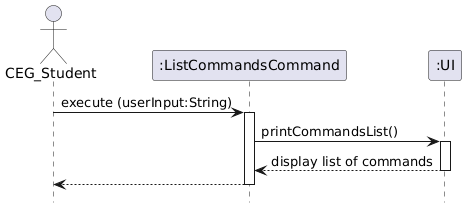
This is docs/images/ListCommandsCommand.png from nus-cs2113-AY2425S1/tp, a PlantUML export, as it was before one commit.
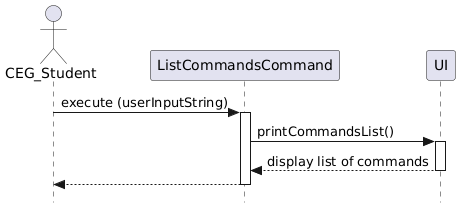
After the commit.

What changed in the source:
```diff
@@ -1,19 +1,20 @@
 @startuml
+skinparam style strictuml
 hide footbox
 
 actor CEG_Student
 
-participant ":ListCommandsCommand" as LCC
-participant ":UI" as UI
+participant ListCommandsCommand as LCC
+participant UI as UI
 
-CEG_Student -> LCC: execute (userInput:String)
+CEG_Student -> LCC: execute (userInputString)
 
 activate LCC
 
 LCC -> UI: printCommandsList()
 activate UI
 
-UI --> LCC : display list of commands
+UI --> LCC:  display list of commands
 deactivate UI
 
 LCC --> CEG_Student
```
